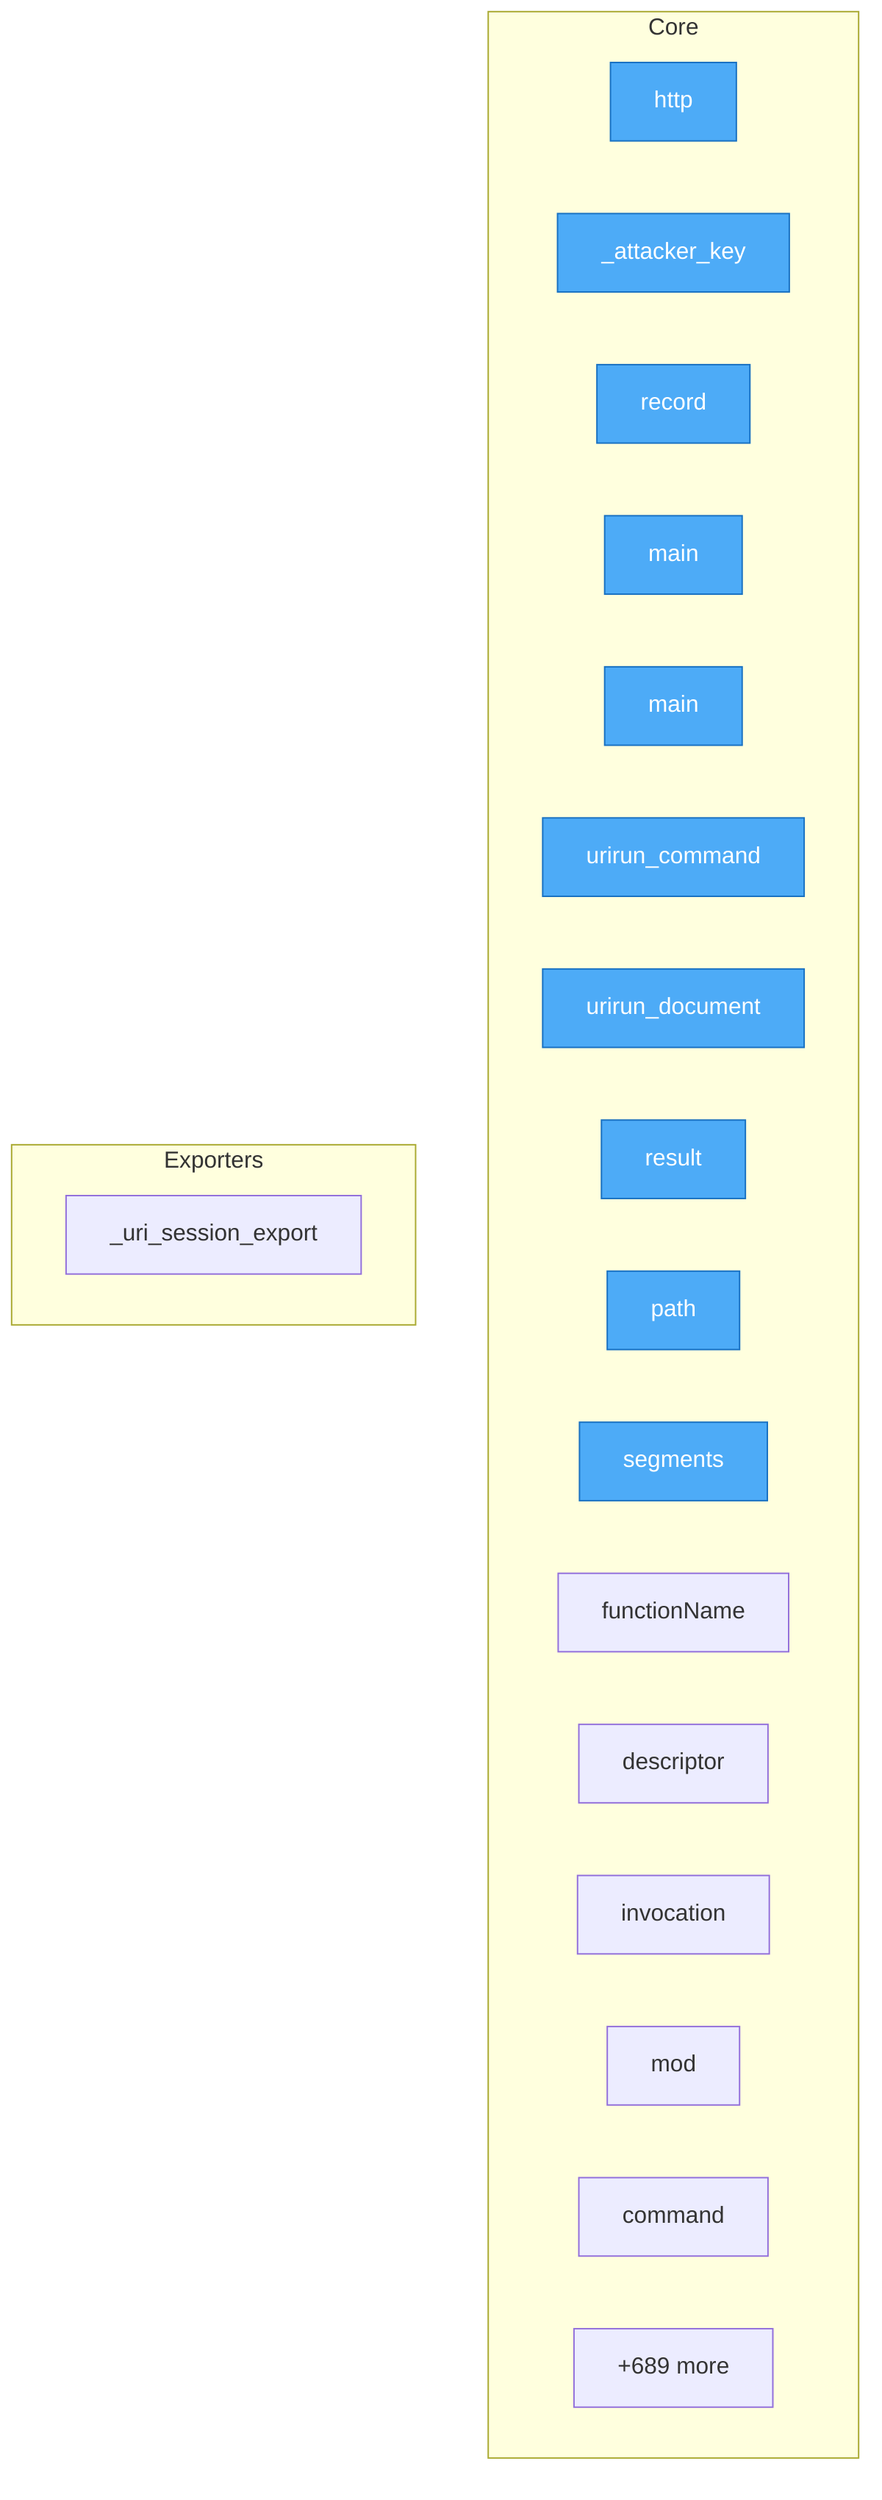
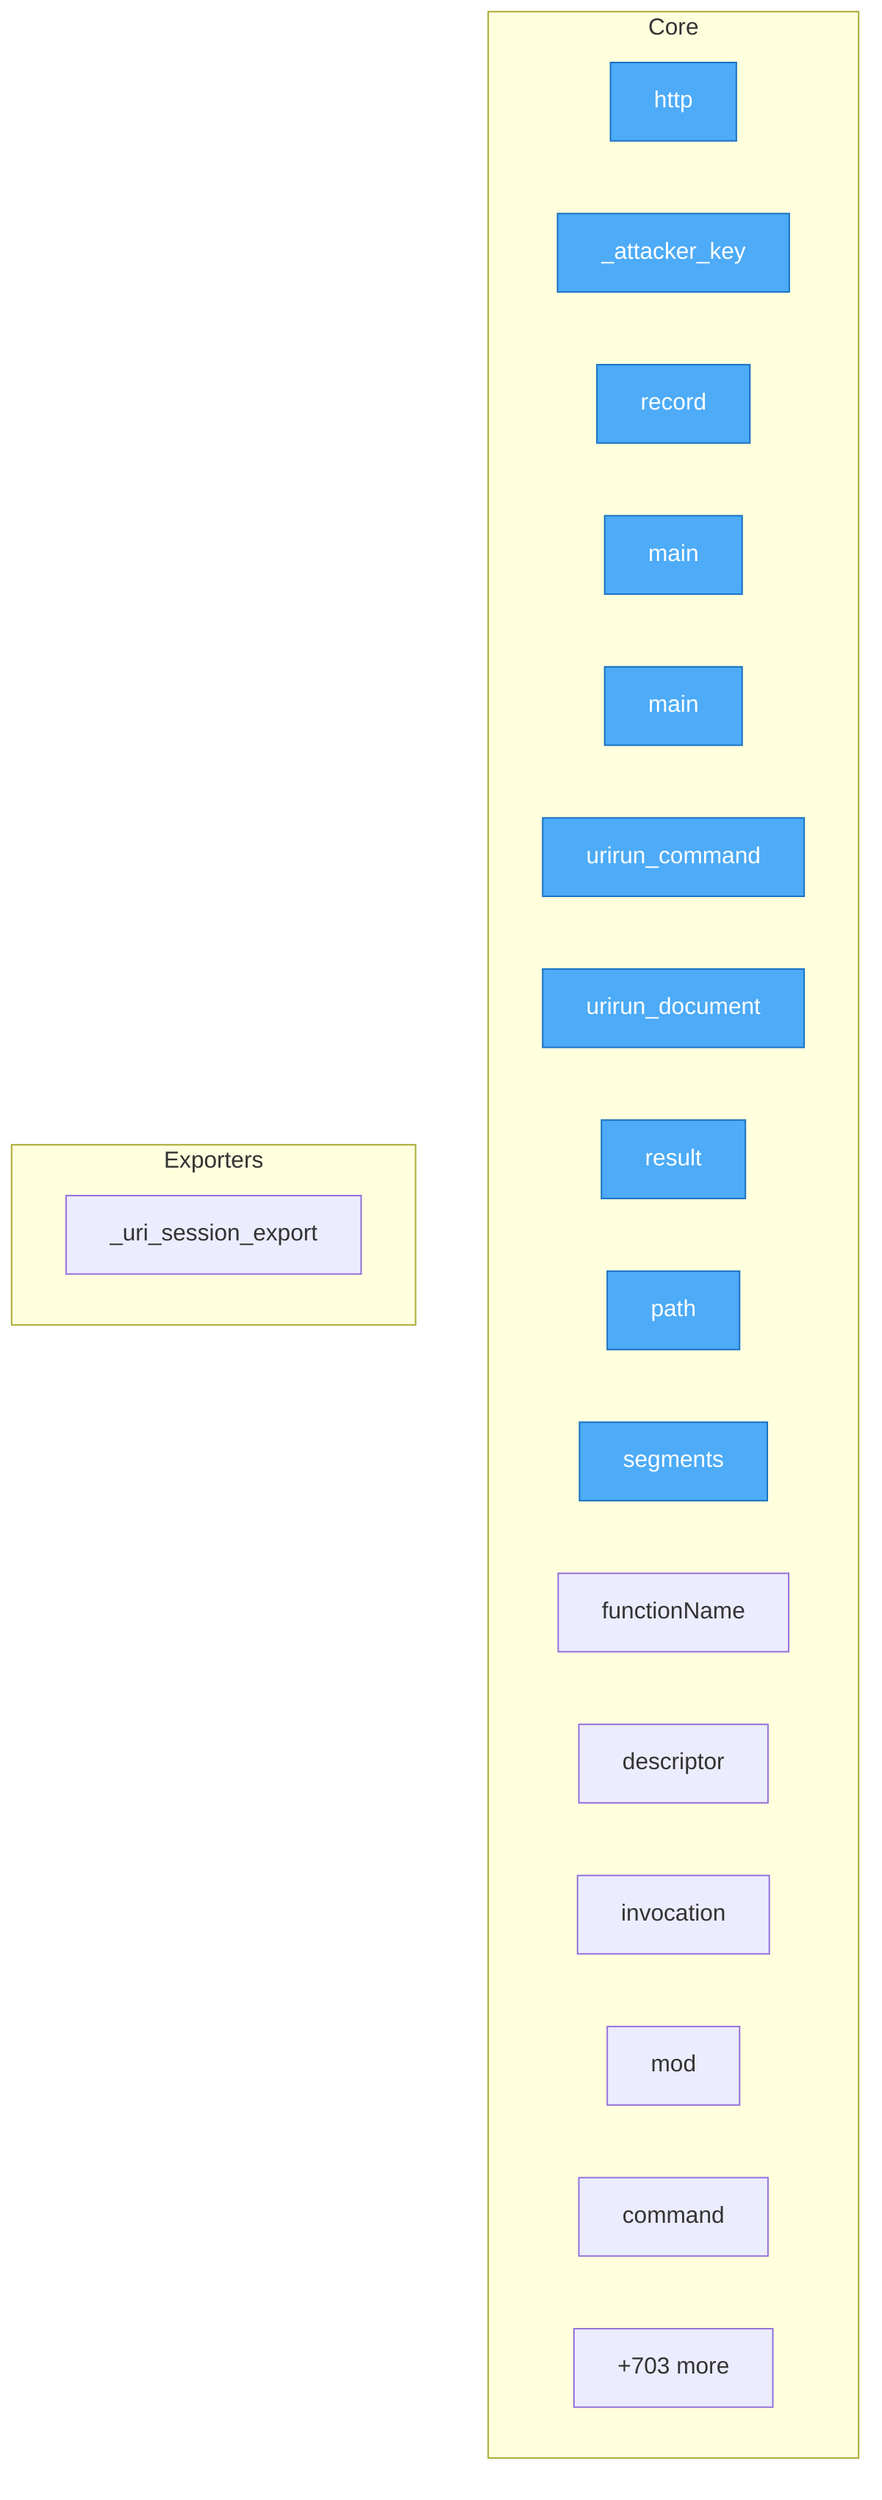
flowchart TD
%% generated in 0.04s

    %% Entry points (blue)
    classDef entry fill:#4dabf7,stroke:#1971c2,color:#fff

    subgraph Core
        security__mesh_probe__probe__http["http"]
        security__mesh_probe__probe___attacker_key["_attacker_key"]
        security__mesh_probe__probe__record["record"]
        adapters__conformance__main["main"]
        adapters__new_connector__main["main"]
        adapters__bash__urirun__urirun_command["urirun_command"]
        adapters__bash__urirun__urirun_document["urirun_document"]
        adapters__js__index__test__result["result"]
        adapters__js__path["path"]
        adapters__js__segments["segments"]
        adapters__js__functionName["functionName"]
        adapters__js__descriptor["descriptor"]
        adapters__js__invocation["invocation"]
        adapters__js__mod["mod"]
        adapters__java__Urirun__Urirun__command["command"]
-         ...["+689 more"]
+         ...["+703 more"]
    end

    subgraph Exporters
        adapters__python__urirun__node__skill___uri_session_export["_uri_session_export"]
    end

    class security__mesh_probe__probe__http,security__mesh_probe__probe___attacker_key,security__mesh_probe__probe__record,adapters__conformance__main,adapters__new_connector__main,adapters__bash__urirun__urirun_command,adapters__bash__urirun__urirun_document,adapters__js__index__test__result,adapters__js__path,adapters__js__segments entry
